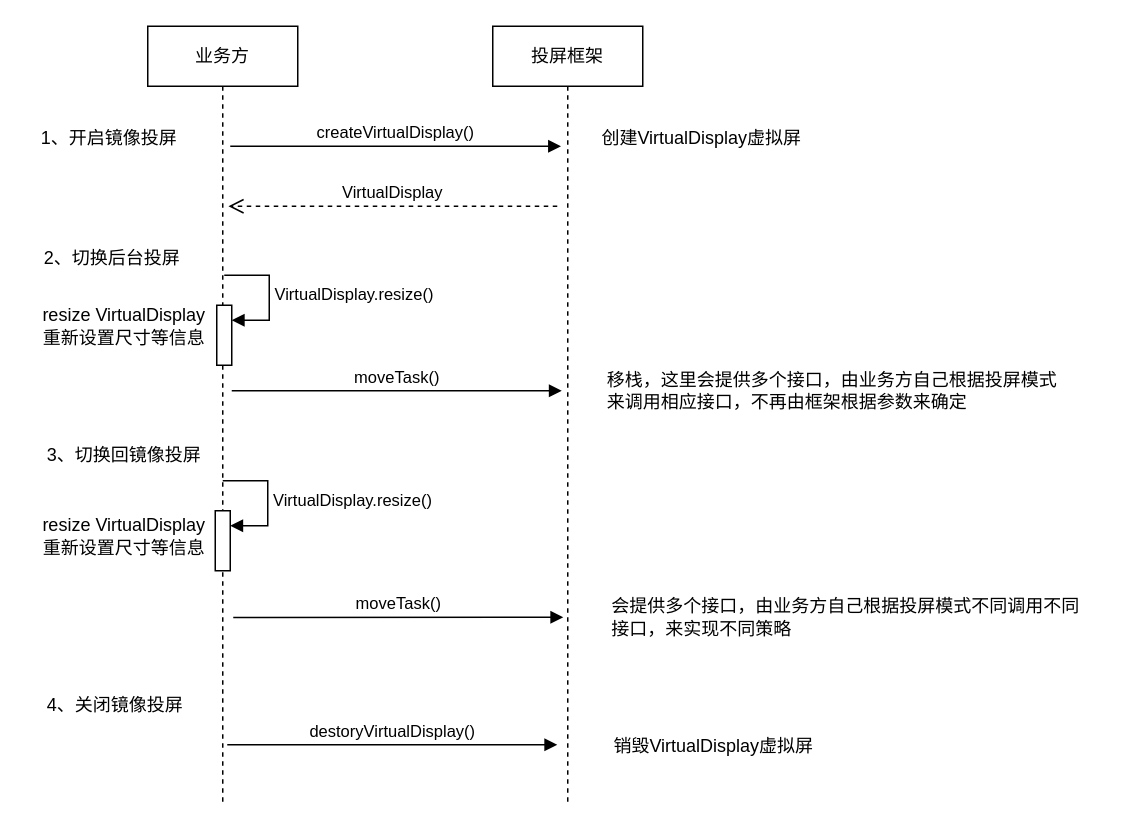
jcj123/- keeps this draw.io diagram as 新投屏方案交互图.drawio. Above is the earlier version. Source tidied: cells renumbered, new cells numbered last; positions are measured from the earlier drawing's top-left corner, leaving out a move shared by most shapes. Both pictures are drawn from the tidied source at 150%, with x=0, y=0 at pixel (26, 26).
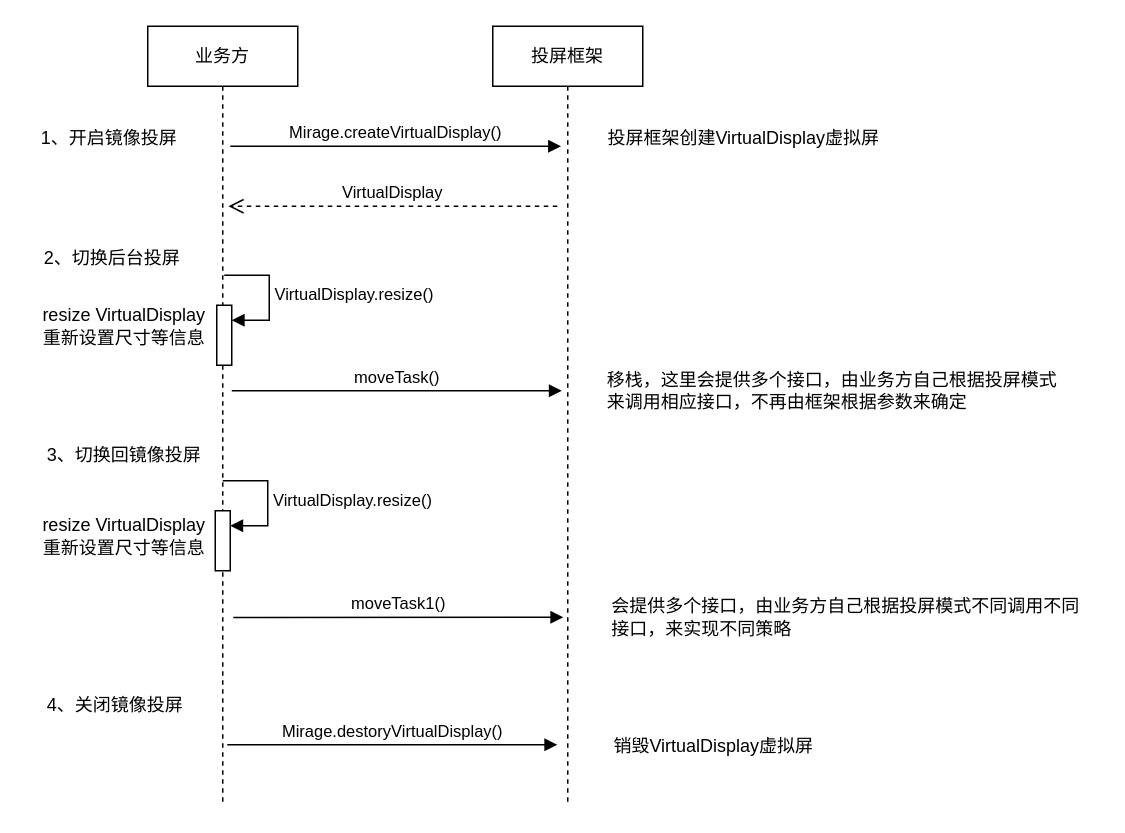
The same page after the edit.

Commit message:
更新新投屏方案交互图.drawio

Diff of the diagram source:
```diff
@@
-    <mxCell id="9" value="createVirtualDisplay()" style="html=1;verticalAlign=bottom;endArrow=block;edgeStyle=elbowEdgeStyle;elbow=vertical;curved=0;rounded=0;" parent="1" edge="1">
+    <mxCell id="9" value="Mirage.createVirtualDisplay()" style="html=1;verticalAlign=bottom;endArrow=block;edgeStyle=elbowEdgeStyle;elbow=vertical;curved=0;rounded=0;" parent="1" edge="1">
       <mxGeometry relative="1" as="geometry">
         <mxPoint x="136" y="80" as="sourcePoint" />
         <mxPoint x="356.5" y="79.8" as="targetPoint" />
       </mxGeometry>
     </mxCell>
-    <mxCell id="10" value="创建VirtualDisplay虚拟屏" style="text;html=1;align=center;verticalAlign=middle;strokeColor=none;fillColor=none;" parent="1" vertex="1">
-      <mxGeometry x="370" y="60" width="160" height="30" as="geometry" />
+    <mxCell id="10" value="投屏框架创建VirtualDisplay虚拟屏" style="text;html=1;align=center;verticalAlign=middle;strokeColor=none;fillColor=none;" parent="1" vertex="1">
+      <mxGeometry x="378" y="60" width="200" height="30" as="geometry" />
     </mxCell>
@@
-    <mxCell id="16" value="moveTask()" style="html=1;verticalAlign=bottom;endArrow=block;edgeStyle=elbowEdgeStyle;elbow=vertical;curved=0;rounded=0;" parent="1" edge="1">
+    <mxCell id="16" value="moveTask1()" style="html=1;verticalAlign=bottom;endArrow=block;edgeStyle=elbowEdgeStyle;elbow=vertical;curved=0;rounded=0;" parent="1" edge="1">
       <mxGeometry relative="1" as="geometry">
         <mxPoint x="138" y="394.2" as="sourcePoint" />
         <mxPoint x="358" y="394.2" as="targetPoint" />
       </mxGeometry>
     </mxCell>
@@
-    <mxCell id="20" value="destoryVirtualDisplay()" style="html=1;verticalAlign=bottom;endArrow=block;edgeStyle=elbowEdgeStyle;elbow=vertical;curved=0;rounded=0;" parent="1" edge="1">
+    <mxCell id="20" value="Mirage.destoryVirtualDisplay()" style="html=1;verticalAlign=bottom;endArrow=block;edgeStyle=elbowEdgeStyle;elbow=vertical;curved=0;rounded=0;" parent="1" edge="1">
       <mxGeometry relative="1" as="geometry">
         <mxPoint x="134" y="479" as="sourcePoint" />
         <mxPoint x="354" y="479" as="targetPoint" />
       </mxGeometry>
     </mxCell>
```
